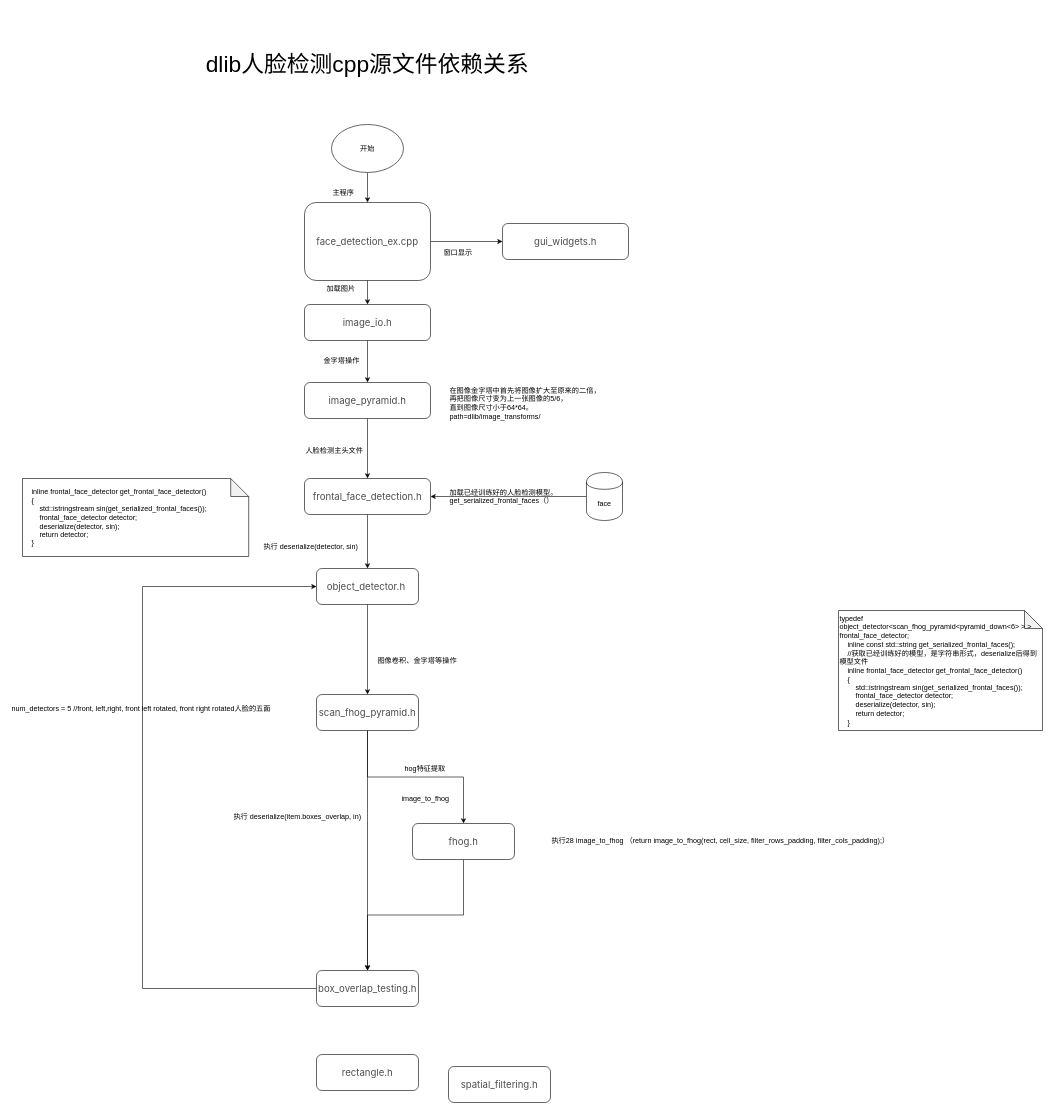
Earlier version of the draw.io diagram dlib_for_face_logic_20200212.drawio (gujunoffice/dlib_for_face). Source tidied: cells renumbered, new cells numbered last; positions are measured from the earlier drawing's top-left corner, leaving out a move shared by most shapes. Both pictures are drawn from the tidied source at 60%, with x=0, y=0 at pixel (10, 10).
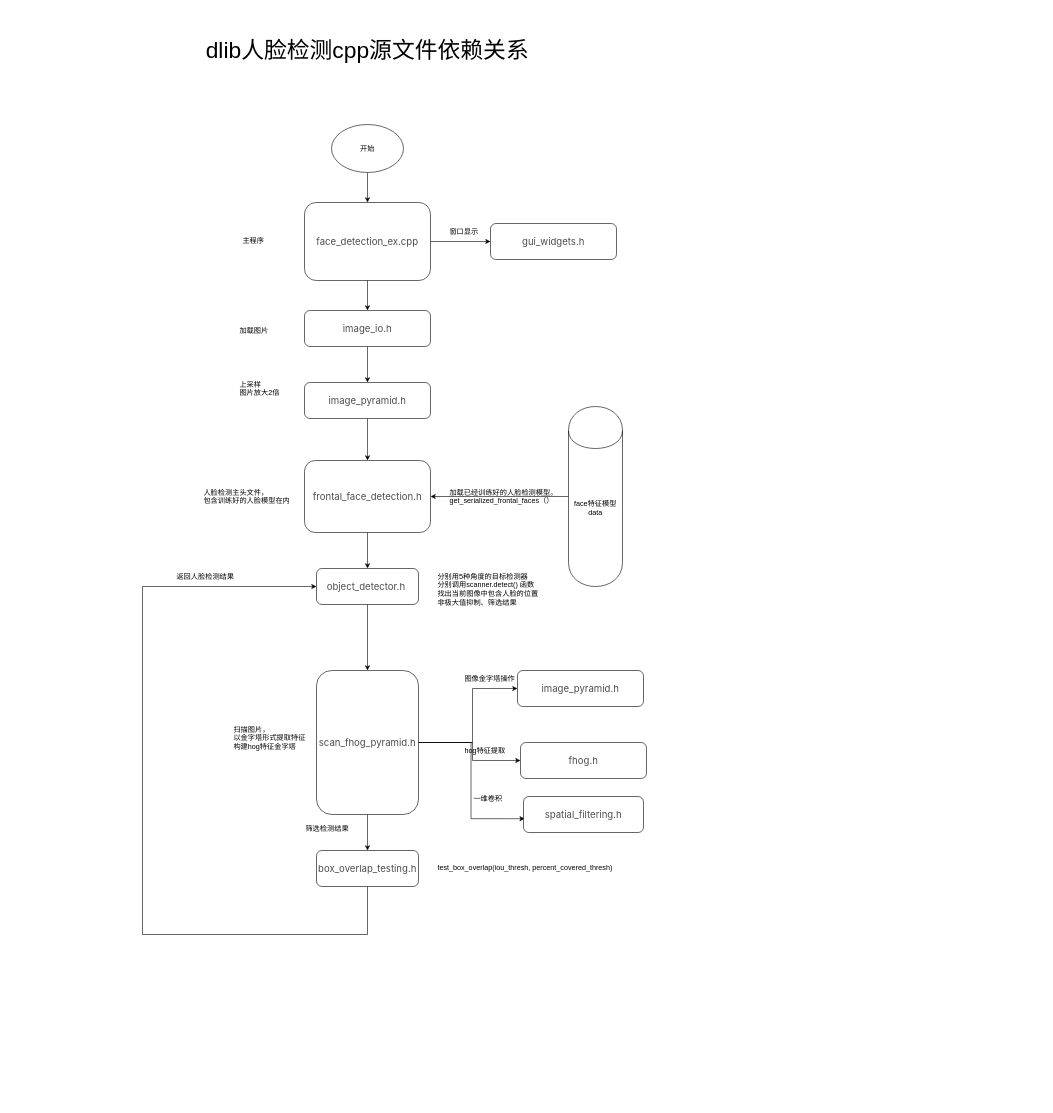
The same diagram, later.

Change to the diagram source:
```diff
@@
     <mxCell id="3" value="&lt;span style=&quot;color: rgb(77 , 77 , 77) ; font-family: &amp;#34;microsoft yahei&amp;#34; , &amp;#34;sf pro display&amp;#34; , &amp;#34;roboto&amp;#34; , &amp;#34;noto&amp;#34; , &amp;#34;arial&amp;#34; , &amp;#34;pingfang sc&amp;#34; , sans-serif ; font-size: 16px ; background-color: rgb(255 , 255 , 255)&quot;&gt;frontal_face_detection.h&lt;/span&gt;" style="rounded=1;whiteSpace=wrap;html=1;strokeWidth=1;" parent="1" vertex="1">
-      <mxGeometry x="490" y="780" width="210" height="60" as="geometry" />
+      <mxGeometry x="490" y="750" width="210" height="120" as="geometry" />
     </mxCell>
-    <mxCell id="4" value="&lt;div&gt;&lt;br&gt;&lt;/div&gt;&lt;div&gt;&lt;span&gt;&amp;nbsp; &amp;nbsp; inline frontal_face_detector get_frontal_face_detector()&lt;/span&gt;&lt;br&gt;&lt;/div&gt;&lt;div&gt;&amp;nbsp; &amp;nbsp; {&lt;/div&gt;&lt;div&gt;&amp;nbsp; &amp;nbsp; &amp;nbsp; &amp;nbsp; std::istringstream sin(get_serialized_frontal_faces());&lt;/div&gt;&lt;div&gt;&amp;nbsp; &amp;nbsp; &amp;nbsp; &amp;nbsp; frontal_face_detector detector;&lt;/div&gt;&lt;div&gt;&amp;nbsp; &amp;nbsp; &amp;nbsp; &amp;nbsp; deserialize(detector, sin);&amp;nbsp;&lt;/div&gt;&lt;div&gt;&amp;nbsp; &amp;nbsp; &amp;nbsp; &amp;nbsp; return detector;&lt;/div&gt;&lt;div&gt;&amp;nbsp; &amp;nbsp; }&lt;/div&gt;&lt;div&gt;&lt;br&gt;&lt;/div&gt;" style="shape=note;whiteSpace=wrap;html=1;backgroundOutline=1;darkOpacity=0.05;align=left;strokeWidth=1;" parent="1" vertex="1">
-      <mxGeometry x="20" y="780" width="377" height="130" as="geometry" />
-    </mxCell>
@@
-    <mxCell id="7" style="edgeStyle=orthogonalEdgeStyle;rounded=0;jettySize=auto;html=1;exitX=0.5;exitY=1;exitDx=0;exitDy=0;strokeWidth=1;" parent="1" edge="1" source="9" target="14">
-      <mxGeometry relative="1" as="geometry" />
+    <mxCell id="7" style="edgeStyle=orthogonalEdgeStyle;rounded=0;jettySize=auto;html=1;exitX=1;exitY=0.5;exitDx=0;exitDy=0;strokeWidth=1;entryX=0;entryY=0.5;entryDx=0;entryDy=0;" parent="1" edge="1" source="9" target="14">
+      <mxGeometry relative="1" as="geometry">
+        <Array as="points">
+          <mxPoint x="770" y="1220" />
+          <mxPoint x="770" y="1250" />
+        </Array>
+      </mxGeometry>
     </mxCell>
@@
+    <mxCell id="44" style="edgeStyle=orthogonalEdgeStyle;rounded=0;jettySize=auto;html=1;exitX=1;exitY=0.5;exitDx=0;exitDy=0;entryX=0;entryY=0.5;entryDx=0;entryDy=0;" parent="1" edge="1" source="9" target="50">
+      <mxGeometry relative="1" as="geometry">
+        <Array as="points">
+          <mxPoint x="770" y="1220" />
+          <mxPoint x="770" y="1130" />
+        </Array>
+      </mxGeometry>
+    </mxCell>
+    <mxCell id="45" style="edgeStyle=orthogonalEdgeStyle;rounded=0;jettySize=auto;html=1;exitX=1;exitY=0.5;exitDx=0;exitDy=0;entryX=0.01;entryY=0.617;entryDx=0;entryDy=0;entryPerimeter=0;" parent="1" edge="1" source="9" target="38">
+      <mxGeometry relative="1" as="geometry" />
+    </mxCell>
     <mxCell id="9" value="&lt;pre&gt;&lt;span style=&quot;color: rgb(77 , 77 , 77) ; font-family: &amp;#34;microsoft yahei&amp;#34; , &amp;#34;sf pro display&amp;#34; , &amp;#34;roboto&amp;#34; , &amp;#34;noto&amp;#34; , &amp;#34;arial&amp;#34; , &amp;#34;pingfang sc&amp;#34; , sans-serif ; font-size: 16px ; white-space: normal ; background-color: rgb(255 , 255 , 255)&quot;&gt;scan_fhog_pyramid.h&lt;/span&gt;&lt;br&gt;&lt;/pre&gt;" style="rounded=1;whiteSpace=wrap;html=1;strokeWidth=1;" parent="1" vertex="1">
-      <mxGeometry x="510" y="1140" width="170" height="60" as="geometry" />
+      <mxGeometry x="510" y="1100" width="170" height="240" as="geometry" />
     </mxCell>
     <mxCell id="10" style="edgeStyle=orthogonalEdgeStyle;rounded=0;jettySize=auto;html=1;" parent="1" edge="1" source="11">
       <mxGeometry relative="1" as="geometry">
         <mxPoint x="510" y="960" as="targetPoint" />
         <Array as="points">
-          <mxPoint x="220" y="1630" />
+          <mxPoint x="595" y="1540" />
+          <mxPoint x="220" y="1540" />
           <mxPoint x="220" y="960" />
         </Array>
       </mxGeometry>
     </mxCell>
     <mxCell id="11" value="&lt;pre&gt;&lt;span style=&quot;color: rgb(77 , 77 , 77) ; font-family: &amp;#34;microsoft yahei&amp;#34; , &amp;#34;sf pro display&amp;#34; , &amp;#34;roboto&amp;#34; , &amp;#34;noto&amp;#34; , &amp;#34;arial&amp;#34; , &amp;#34;pingfang sc&amp;#34; , sans-serif ; font-size: 16px ; white-space: normal ; background-color: rgb(255 , 255 , 255)&quot;&gt;box_overlap_testing.h&lt;/span&gt;&lt;br&gt;&lt;/pre&gt;" style="rounded=1;whiteSpace=wrap;html=1;strokeWidth=1;" parent="1" vertex="1">
-      <mxGeometry x="510" y="1600" width="170" height="60" as="geometry" />
+      <mxGeometry x="510" y="1400" width="170" height="60" as="geometry" />
     </mxCell>
-    <mxCell id="12" value="&lt;div&gt;&lt;br&gt;&lt;/div&gt;&lt;div&gt;typedef object_detector&amp;lt;scan_fhog_pyramid&amp;lt;pyramid_down&amp;lt;6&amp;gt; &amp;gt; &amp;gt; frontal_face_detector;&lt;/div&gt;&lt;div&gt;&amp;nbsp; &amp;nbsp; inline const std::string get_serialized_frontal_faces();&lt;/div&gt;&lt;div&gt;&amp;nbsp; &amp;nbsp; //获取已经训练好的模型，是字符串形式，deserialize后得到模型文件&lt;/div&gt;&lt;div&gt;&amp;nbsp; &amp;nbsp; inline frontal_face_detector get_frontal_face_detector()&lt;/div&gt;&lt;div&gt;&amp;nbsp; &amp;nbsp; {&lt;/div&gt;&lt;div&gt;&amp;nbsp; &amp;nbsp; &amp;nbsp; &amp;nbsp; std::istringstream sin(get_serialized_frontal_faces());&lt;/div&gt;&lt;div&gt;&amp;nbsp; &amp;nbsp; &amp;nbsp; &amp;nbsp; frontal_face_detector detector;&lt;/div&gt;&lt;div&gt;&amp;nbsp; &amp;nbsp; &amp;nbsp; &amp;nbsp; deserialize(detector, sin);&amp;nbsp;&lt;/div&gt;&lt;div&gt;&amp;nbsp; &amp;nbsp; &amp;nbsp; &amp;nbsp; return detector;&lt;/div&gt;&lt;div&gt;&amp;nbsp; &amp;nbsp; }&lt;/div&gt;&lt;div&gt;&lt;br&gt;&lt;/div&gt;" style="shape=note;whiteSpace=wrap;html=1;backgroundOutline=1;darkOpacity=0.05;align=left;strokeWidth=1;" parent="1" vertex="1">
-      <mxGeometry x="1380" y="1000" width="340" height="200" as="geometry" />
-    </mxCell>
-    <mxCell id="13" style="edgeStyle=orthogonalEdgeStyle;rounded=0;jettySize=auto;html=1;" parent="1" edge="1" source="14" target="11">
-      <mxGeometry relative="1" as="geometry" />
-    </mxCell>
     <mxCell id="14" value="&lt;pre&gt;&lt;font color=&quot;#4d4d4d&quot; face=&quot;microsoft yahei, sf pro display, roboto, noto, arial, pingfang sc, sans-serif&quot;&gt;&lt;span style=&quot;font-size: 16px ; white-space: normal&quot;&gt;fhog.h&lt;/span&gt;&lt;/font&gt;&lt;br&gt;&lt;/pre&gt;" style="rounded=1;whiteSpace=wrap;html=1;strokeWidth=1;" parent="1" vertex="1">
-      <mxGeometry x="670" y="1355" width="170" height="60" as="geometry" />
+      <mxGeometry x="850" y="1220" width="210" height="60" as="geometry" />
     </mxCell>
-    <mxCell id="15" value="执行 deserialize(detector, sin)" style="text;html=1;" parent="1" vertex="1">
-      <mxGeometry x="420" y="880" width="180" height="30" as="geometry" />
-    </mxCell>
@@
-    <mxCell id="18" value="执行 deserialize(item.boxes_overlap, in)" style="text;html=1;" parent="1" vertex="1">
-      <mxGeometry x="370" y="1330" width="240" height="30" as="geometry" />
-    </mxCell>
-    <mxCell id="19" value="num_detectors = 5 //front, left,right, front left rotated, front right rotated人脸的五面" style="text;html=1;" parent="1" vertex="1">
-      <mxGeometry y="1150" width="190" height="140" as="geometry" />
+    <mxCell id="19" value="返回人脸检测结果&lt;br&gt;" style="text;html=1;" parent="1" vertex="1">
+      <mxGeometry x="275" y="930" width="290" height="140" as="geometry" />
     </mxCell>
@@
     <mxCell id="23" value="加载图片" style="text;html=1;" parent="1" vertex="1">
-      <mxGeometry x="525" y="450" width="85" height="20" as="geometry" />
+      <mxGeometry x="380" y="520" width="85" height="20" as="geometry" />
     </mxCell>
-    <mxCell id="24" value="&lt;font style=&quot;font-size: 38px&quot;&gt;dlib人脸检测cpp源文件依赖关系&lt;/font&gt;" style="text;html=1;strokeColor=none;fillColor=none;align=center;verticalAlign=middle;whiteSpace=wrap;rounded=0;" parent="1" vertex="1">
+    <mxCell id="24" value="&lt;font style=&quot;font-size: 38px&quot;&gt;dlib人脸检测cpp源文件依赖关系&lt;br&gt;&lt;br&gt;&lt;/font&gt;" style="text;html=1;strokeColor=none;fillColor=none;align=center;verticalAlign=middle;whiteSpace=wrap;rounded=0;" parent="1" vertex="1">
       <mxGeometry x="320" width="550" height="180" as="geometry" />
     </mxCell>
     <mxCell id="25" value="窗口显示" style="text;html=1;" parent="1" vertex="1">
-      <mxGeometry x="720" y="390" width="70" height="30" as="geometry" />
+      <mxGeometry x="730" y="355" width="70" height="30" as="geometry" />
     </mxCell>
@@
     <mxCell id="27" value="&lt;font color=&quot;#4d4d4d&quot; face=&quot;microsoft yahei, sf pro display, roboto, noto, arial, pingfang sc, sans-serif&quot;&gt;&lt;span style=&quot;font-size: 16px&quot;&gt;gui_widgets.h&lt;/span&gt;&lt;/font&gt;" style="rounded=1;whiteSpace=wrap;html=1;strokeWidth=1;" parent="1" vertex="1">
-      <mxGeometry x="820" y="355" width="210" height="60" as="geometry" />
+      <mxGeometry x="800" y="355" width="210" height="60" as="geometry" />
     </mxCell>
     <mxCell id="28" value="&lt;font color=&quot;#4d4d4d&quot; face=&quot;microsoft yahei, sf pro display, roboto, noto, arial, pingfang sc, sans-serif&quot;&gt;&lt;span style=&quot;font-size: 16px&quot;&gt;image_io.h&lt;/span&gt;&lt;/font&gt;" style="rounded=1;whiteSpace=wrap;html=1;strokeWidth=1;" parent="1" vertex="1">
-      <mxGeometry x="490" y="490" width="210" height="60" as="geometry" />
+      <mxGeometry x="490" y="500" width="210" height="60" as="geometry" />
     </mxCell>
     <mxCell id="29" value="主程序" style="text;html=1;" parent="1" vertex="1">
-      <mxGeometry x="535" y="290" width="85" height="20" as="geometry" />
+      <mxGeometry x="385" y="370" width="85" height="20" as="geometry" />
     </mxCell>
-    <mxCell id="30" value="人脸检测主头文件" style="text;html=1;" parent="1" vertex="1">
-      <mxGeometry x="490" y="720" width="85" height="20" as="geometry" />
+    <mxCell id="30" value="人脸检测主头文件，&lt;br&gt;包含训练好的人脸模型在内" style="text;html=1;" parent="1" vertex="1">
+      <mxGeometry x="320" y="790" width="160" height="60" as="geometry" />
     </mxCell>
     <mxCell id="31" value="hog特征提取" style="text;html=1;" parent="1" vertex="1">
-      <mxGeometry x="655" y="1250" width="90" height="30" as="geometry" />
+      <mxGeometry x="755" y="1220" width="90" height="30" as="geometry" />
     </mxCell>
-    <mxCell id="32" value="在图像金字塔中首先将图像扩大至原来的二倍，&lt;br&gt;再把图像尺寸变为上一张图像的5/6，&lt;br&gt;直到图像尺寸小于64*64。&lt;br&gt;path=dlib/image_transforms/" style="text;html=1;" parent="1" vertex="1">
-      <mxGeometry x="730" y="620" width="260" height="80" as="geometry" />
-    </mxCell>
@@
-    <mxCell id="35" value="执行28 image_to_fhog （return image_to_fhog(rect, cell_size, filter_rows_padding, filter_cols_padding);）" style="text;html=1;" parent="1" vertex="1">
-      <mxGeometry x="900" y="1370" width="590" height="30" as="geometry" />
-    </mxCell>
-    <mxCell id="36" value="image_to_fhog" style="text;html=1;" parent="1" vertex="1">
-      <mxGeometry x="650" y="1300" width="100" height="30" as="geometry" />
-    </mxCell>
-    <mxCell id="37" value="&lt;pre&gt;&lt;font color=&quot;#4d4d4d&quot; face=&quot;microsoft yahei, sf pro display, roboto, noto, arial, pingfang sc, sans-serif&quot;&gt;&lt;span style=&quot;font-size: 16px ; white-space: normal&quot;&gt;rectangle.h&lt;/span&gt;&lt;/font&gt;&lt;br&gt;&lt;/pre&gt;" style="rounded=1;whiteSpace=wrap;html=1;strokeWidth=1;" parent="1" vertex="1">
-      <mxGeometry x="510" y="1740" width="170" height="60" as="geometry" />
-    </mxCell>
     <mxCell id="38" value="&lt;pre&gt;&lt;font color=&quot;#4d4d4d&quot; face=&quot;microsoft yahei, sf pro display, roboto, noto, arial, pingfang sc, sans-serif&quot;&gt;&lt;span style=&quot;font-size: 16px ; white-space: normal&quot;&gt;spatial_filtering.h&lt;/span&gt;&lt;/font&gt;&lt;/pre&gt;" style="rounded=1;whiteSpace=wrap;html=1;strokeWidth=1;" parent="1" vertex="1">
-      <mxGeometry x="730" y="1760" width="170" height="60" as="geometry" />
+      <mxGeometry x="855" y="1310" width="200" height="60" as="geometry" />
     </mxCell>
-    <mxCell id="39" value="金字塔操作" style="text;html=1;" parent="1" vertex="1">
-      <mxGeometry x="520" y="570" width="90" height="30" as="geometry" />
+    <mxCell id="39" value="上采样&lt;br&gt;图片放大2倍" style="text;html=1;" parent="1" vertex="1">
+      <mxGeometry x="380" y="610" width="90" height="55" as="geometry" />
     </mxCell>
@@
-    <mxCell id="41" value="图像卷积、金字塔等操作" style="text;html=1;" parent="1" vertex="1">
-      <mxGeometry x="610" y="1070" width="170" height="30" as="geometry" />
+    <mxCell id="41" value="扫描图片，&lt;br&gt;以金字塔形式提取特征&lt;br&gt;&lt;span style=&quot;text-align: center&quot;&gt;构建hog特征金字塔&lt;br&gt;&lt;/span&gt;" style="text;html=1;" parent="1" vertex="1">
+      <mxGeometry x="370" y="1185" width="120" height="100" as="geometry" />
     </mxCell>
@@
-    <mxCell id="43" value="face" style="shape=cylinder;whiteSpace=wrap;html=1;boundedLbl=1;backgroundOutline=1;" parent="1" vertex="1">
-      <mxGeometry x="960" y="770" width="60" height="80" as="geometry" />
+    <mxCell id="43" value="face特征模型data" style="shape=cylinder;whiteSpace=wrap;html=1;boundedLbl=1;backgroundOutline=1;" parent="1" vertex="1">
+      <mxGeometry x="930" y="660" width="90" height="300" as="geometry" />
     </mxCell>
+    <mxCell id="46" value="分别用5种角度的目标检测器&lt;br&gt;分别调用scanner.detect() 函数&lt;br&gt;找出当前图像中包含人脸的位置&lt;br&gt;非极大值抑制、筛选结果" style="text;html=1;" parent="1" vertex="1">
+      <mxGeometry x="710" y="930" width="180" height="70" as="geometry" />
+    </mxCell>
+    <mxCell id="47" value="一维卷积" style="text;html=1;" parent="1" vertex="1">
+      <mxGeometry x="770" y="1300" width="90" height="30" as="geometry" />
+    </mxCell>
+    <mxCell id="48" value="test_box_overlap(iou_thresh, percent_covered_thresh)" style="text;html=1;" parent="1" vertex="1">
+      <mxGeometry x="710" y="1415" width="320" height="30" as="geometry" />
+    </mxCell>
+    <mxCell id="49" value="&lt;span style=&quot;text-align: center&quot;&gt;筛选检测结果&lt;br&gt;&lt;/span&gt;" style="text;html=1;" parent="1" vertex="1">
+      <mxGeometry x="490" y="1350" width="120" height="50" as="geometry" />
+    </mxCell>
+    <mxCell id="50" value="&lt;font color=&quot;#4d4d4d&quot; face=&quot;microsoft yahei, sf pro display, roboto, noto, arial, pingfang sc, sans-serif&quot;&gt;&lt;span style=&quot;font-size: 16px&quot;&gt;image_pyramid.h&lt;/span&gt;&lt;/font&gt;" style="rounded=1;whiteSpace=wrap;html=1;strokeWidth=1;" parent="1" vertex="1">
+      <mxGeometry x="845" y="1100" width="210" height="60" as="geometry" />
+    </mxCell>
+    <mxCell id="51" value="图像金字塔操作" style="text;html=1;" parent="1" vertex="1">
+      <mxGeometry x="755" y="1100" width="90" height="30" as="geometry" />
+    </mxCell>
```
